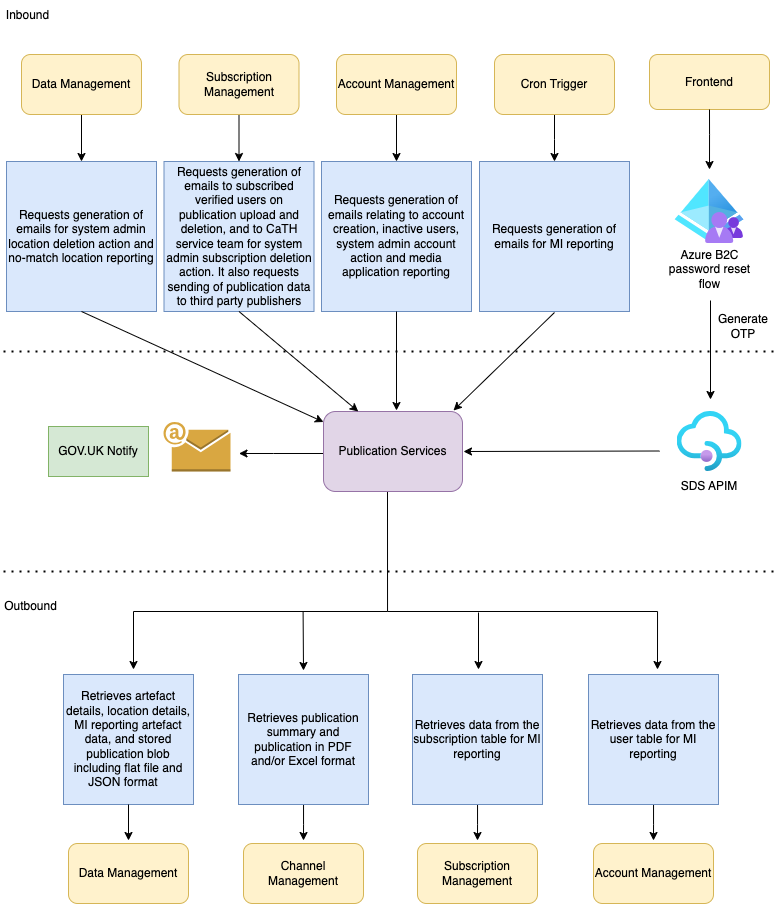
This is publication-services-arch.png from hmcts/pip-publication-services, a draw.io export, as it was before one commit. Source tidied: cells renumbered, new cells last; positions are measured from the earlier drawing's top-left corner, leaving out a move shared by most shapes.
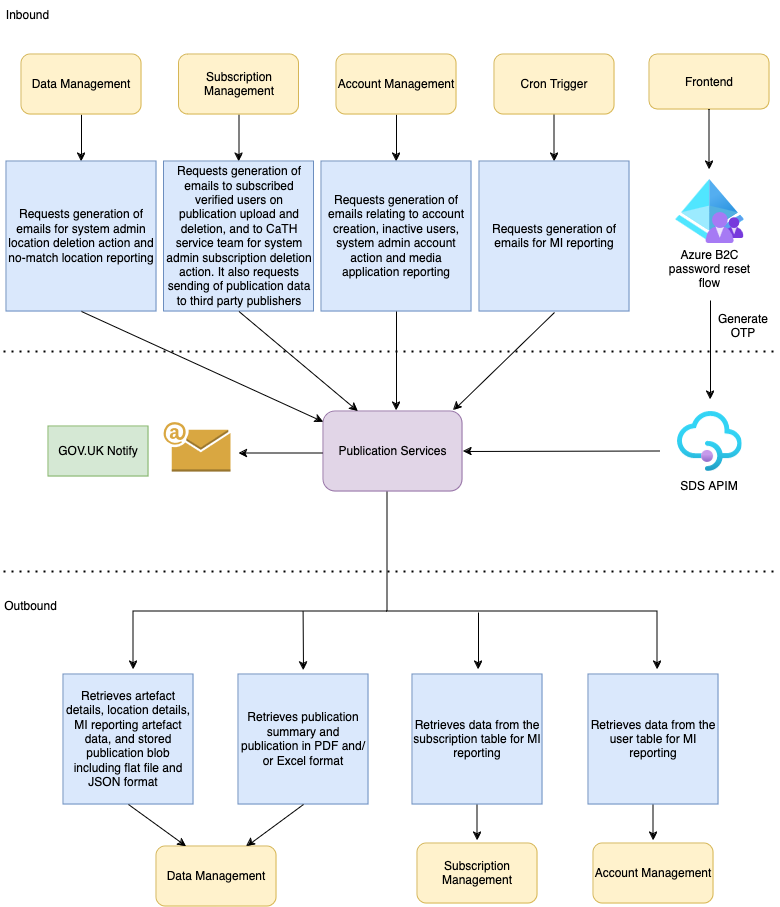
The same file after the commit.

The edit, as a diff of the source:
```diff
@@ -29,27 +29,14 @@
       <mxGeometry x="48" y="426" width="100" height="50" as="geometry" />
     </mxCell>
     <mxCell id="6" value="Data Management" style="rounded=1;whiteSpace=wrap;html=1;fillColor=#fff2cc;strokeColor=#d6b656;" parent="1" vertex="1">
-      <mxGeometry x="68" y="843" width="120" height="60" as="geometry" />
+      <mxGeometry x="156" y="846" width="120" height="60" as="geometry" />
     </mxCell>
-    <mxCell id="7" value="Channel Management" style="rounded=1;whiteSpace=wrap;html=1;fillColor=#fff2cc;strokeColor=#d6b656;" parent="1" vertex="1">
-      <mxGeometry x="243" y="843" width="120" height="60" as="geometry" />
-    </mxCell>
     <mxCell id="8" value="Retrieves artefact details, location details, MI reporting artefact data, and stored publication blob including flat file and JSON format&amp;nbsp; &amp;nbsp;" style="whiteSpace=wrap;html=1;fillColor=#dae8fc;strokeColor=#6c8ebf;" parent="1" vertex="1">
       <mxGeometry x="63" y="674" width="130" height="130" as="geometry" />
     </mxCell>
-    <mxCell id="9" style="edgeStyle=orthogonalEdgeStyle;rounded=0;jettySize=auto;html=1;" parent="1" edge="1" source="10">
-      <mxGeometry relative="1" as="geometry">
-        <mxPoint x="303" y="840" as="targetPoint" />
-      </mxGeometry>
-    </mxCell>
     <mxCell id="10" value="Retrieves publication summary and publication in PDF and/or Excel format" style="whiteSpace=wrap;html=1;fillColor=#dae8fc;strokeColor=#6c8ebf;" parent="1" vertex="1">
       <mxGeometry x="238" y="674" width="130" height="130" as="geometry" />
     </mxCell>
-    <mxCell id="11" style="endArrow=classic;html=1;rounded=0;exitX=0.5;exitY=1;exitDx=0;exitDy=0;" parent="1" edge="1" source="8">
-      <mxGeometry relative="1" as="geometry">
-        <mxPoint x="128" y="840" as="targetPoint" />
-      </mxGeometry>
-    </mxCell>
     <mxCell id="12" style="edgeStyle=orthogonalEdgeStyle;rounded=0;jettySize=auto;html=1;" parent="1" edge="1" source="13" target="14">
       <mxGeometry relative="1" as="geometry" />
     </mxCell>
@@ -220,5 +207,11 @@
         <mxPoint x="323" y="421.5" as="targetPoint" />
       </mxGeometry>
     </mxCell>
+    <mxCell id="52" style="endArrow=classic;html=1;rounded=0;exitX=0.5;exitY=1;exitDx=0;exitDy=0;entryX=0.25;entryY=0;entryDx=0;entryDy=0;" parent="1" edge="1" source="8" target="6">
+      <mxGeometry relative="1" as="geometry" />
+    </mxCell>
+    <mxCell id="53" style="endArrow=classic;html=1;rounded=0;exitX=0.5;exitY=1;exitDx=0;exitDy=0;entryX=0.75;entryY=0;entryDx=0;entryDy=0;" parent="1" edge="1" source="10" target="6">
+      <mxGeometry relative="1" as="geometry" />
+    </mxCell>
   </root>
 </mxGraphModel>
```
